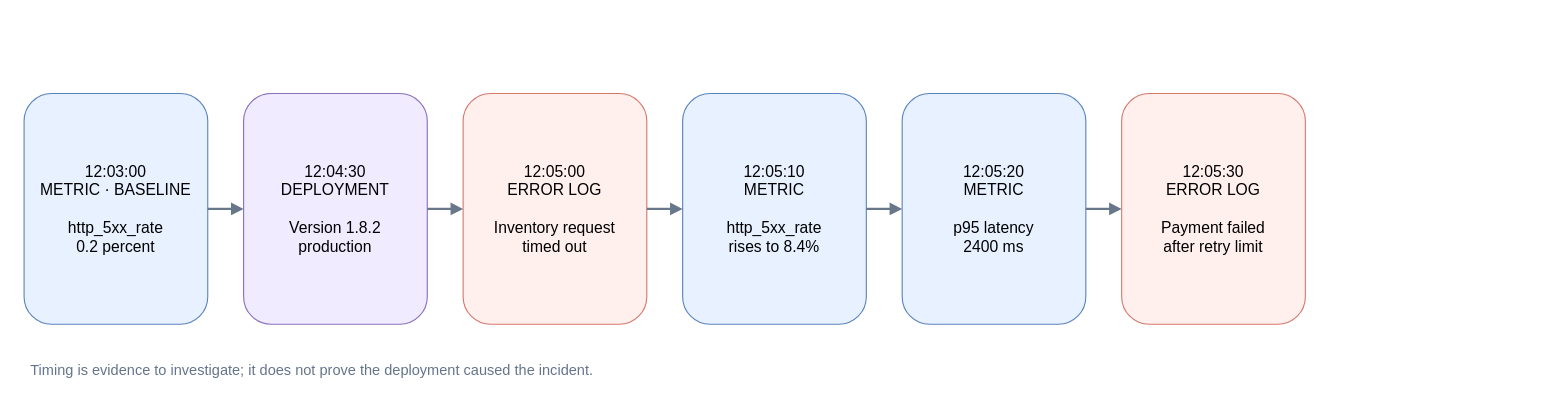
Above: docs/diagrams/incident-timeline.drawio in orihoff/ai-sre-copilot (draw.io), before the change. Source tidied: cells renumbered, new cells numbered last; positions are measured from the earlier drawing's top-left corner, leaving out a move shared by most shapes. Both pictures are drawn from the tidied source at 112%, with x=0, y=0 at pixel (24, 93).
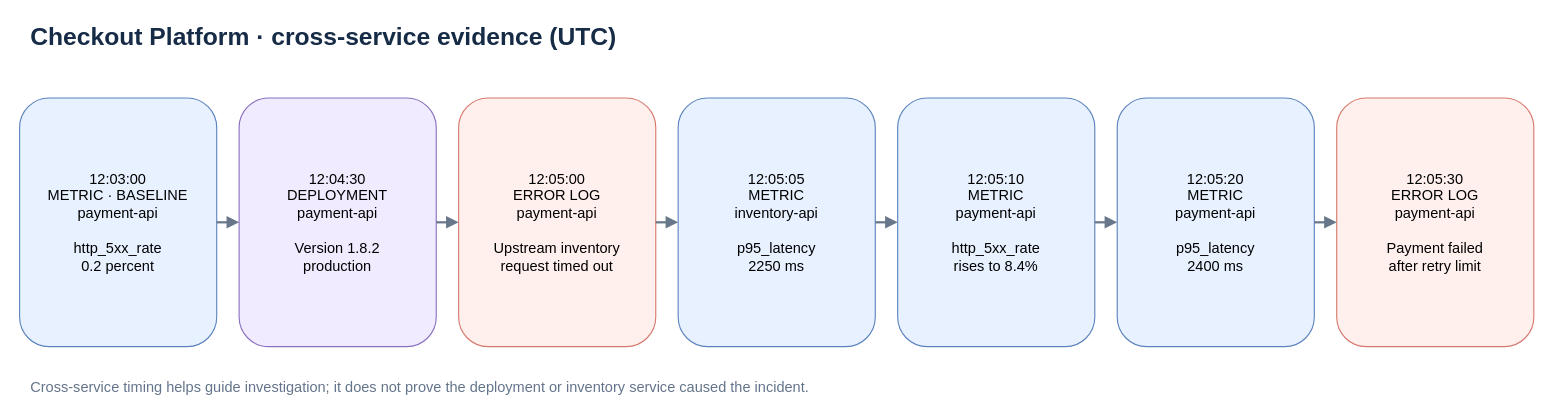
The same diagram, later.

Commit message (it also covers changes not shown here):
Support application-wide incident timelines

Diff of the diagram source:
```diff
@@
 <mxGraphModel>
   <root>
     <mxCell id="0" />
     <mxCell id="1" parent="0" />
+    <mxCell id="14" value="Checkout Platform · cross-service evidence (UTC)" style="text;html=1;align=left;verticalAlign=middle;whiteSpace=wrap;rounded=0;fontSize=22;fontStyle=1;fontColor=#162b46;" parent="1" vertex="1">
+      <mxGeometry x="4" y="-66" width="900" height="32" as="geometry" />
+    </mxCell>
-    <mxCell id="2" value="12:03:00&#10;METRIC · BASELINE&#10;&#10;http_5xx_rate&#10;0.2 percent" style="rounded=1;whiteSpace=wrap;html=1;fillColor=#e8f1ff;strokeColor=#5b83bd;fontSize=14;" parent="1" vertex="1">
-      <mxGeometry width="164" height="206" as="geometry" />
+    <mxCell id="2" value="12:03:00&#10;METRIC · BASELINE&#10;payment-api&#10;&#10;http_5xx_rate&#10;0.2 percent" style="rounded=1;whiteSpace=wrap;html=1;fillColor=#e8f1ff;strokeColor=#5b83bd;fontSize=13;" parent="1" vertex="1">
+      <mxGeometry x="-4" y="4" width="176" height="222" as="geometry" />
     </mxCell>
-    <mxCell id="3" value="12:04:30&#10;DEPLOYMENT&#10;&#10;Version 1.8.2&#10;production" style="rounded=1;whiteSpace=wrap;html=1;fillColor=#f0ebff;strokeColor=#8a70bf;fontSize=14;" parent="1" vertex="1">
-      <mxGeometry x="196" width="164" height="206" as="geometry" />
+    <mxCell id="3" value="12:04:30&#10;DEPLOYMENT&#10;payment-api&#10;&#10;Version 1.8.2&#10;production" style="rounded=1;whiteSpace=wrap;html=1;fillColor=#f0ebff;strokeColor=#8a70bf;fontSize=13;" parent="1" vertex="1">
+      <mxGeometry x="192" y="4" width="176" height="222" as="geometry" />
     </mxCell>
-    <mxCell id="4" value="12:05:00&#10;ERROR LOG&#10;&#10;Inventory request&#10;timed out" style="rounded=1;whiteSpace=wrap;html=1;fillColor=#fff0ee;strokeColor=#d6786d;fontSize=14;" parent="1" vertex="1">
-      <mxGeometry x="392" width="164" height="206" as="geometry" />
+    <mxCell id="4" value="12:05:00&#10;ERROR LOG&#10;payment-api&#10;&#10;Upstream inventory&#10;request timed out" style="rounded=1;whiteSpace=wrap;html=1;fillColor=#fff0ee;strokeColor=#d6786d;fontSize=13;" parent="1" vertex="1">
+      <mxGeometry x="388" y="4" width="176" height="222" as="geometry" />
     </mxCell>
+    <mxCell id="15" value="12:05:05&#10;METRIC&#10;inventory-api&#10;&#10;p95_latency&#10;2250 ms" style="rounded=1;whiteSpace=wrap;html=1;fillColor=#e8f1ff;strokeColor=#5b83bd;fontSize=13;" parent="1" vertex="1">
+      <mxGeometry x="584" y="4" width="176" height="222" as="geometry" />
+    </mxCell>
-    <mxCell id="5" value="12:05:10&#10;METRIC&#10;&#10;http_5xx_rate&#10;rises to 8.4%" style="rounded=1;whiteSpace=wrap;html=1;fillColor=#e8f1ff;strokeColor=#5b83bd;fontSize=14;" parent="1" vertex="1">
-      <mxGeometry x="588" width="164" height="206" as="geometry" />
+    <mxCell id="5" value="12:05:10&#10;METRIC&#10;payment-api&#10;&#10;http_5xx_rate&#10;rises to 8.4%" style="rounded=1;whiteSpace=wrap;html=1;fillColor=#e8f1ff;strokeColor=#5b83bd;fontSize=13;" parent="1" vertex="1">
+      <mxGeometry x="780" y="4" width="176" height="222" as="geometry" />
     </mxCell>
-    <mxCell id="6" value="12:05:20&#10;METRIC&#10;&#10;p95 latency&#10;2400 ms" style="rounded=1;whiteSpace=wrap;html=1;fillColor=#e8f1ff;strokeColor=#5b83bd;fontSize=14;" parent="1" vertex="1">
-      <mxGeometry x="784" width="164" height="206" as="geometry" />
-    </mxCell>
+    <mxCell id="16" value="12:05:20&#10;METRIC&#10;payment-api&#10;&#10;p95_latency&#10;2400 ms" style="rounded=1;whiteSpace=wrap;html=1;fillColor=#e8f1ff;strokeColor=#5b83bd;fontSize=13;" parent="1" vertex="1">
+      <mxGeometry x="976" y="4" width="176" height="222" as="geometry" />
+    </mxCell>
-    <mxCell id="7" value="12:05:30&#10;ERROR LOG&#10;&#10;Payment failed&#10;after retry limit" style="rounded=1;whiteSpace=wrap;html=1;fillColor=#fff0ee;strokeColor=#d6786d;fontSize=14;" parent="1" vertex="1">
-      <mxGeometry x="980" width="164" height="206" as="geometry" />
+    <mxCell id="7" value="12:05:30&#10;ERROR LOG&#10;payment-api&#10;&#10;Payment failed&#10;after retry limit" style="rounded=1;whiteSpace=wrap;html=1;fillColor=#fff0ee;strokeColor=#d6786d;fontSize=13;" parent="1" vertex="1">
+      <mxGeometry x="1172" y="4" width="176" height="222" as="geometry" />
     </mxCell>
+    <mxCell id="13" value="Cross-service timing helps guide investigation; it does not prove the deployment or inventory service caused the incident." style="text;html=1;align=left;verticalAlign=middle;whiteSpace=wrap;rounded=0;fontSize=13;fontColor=#64748b;" parent="1" vertex="1">
+      <mxGeometry x="4" y="250" width="1320" height="24" as="geometry" />
+    </mxCell>
     <mxCell id="8" style="edgeStyle=orthogonalEdgeStyle;rounded=0;html=1;strokeColor=#68778a;strokeWidth=2;endArrow=block;endFill=1;" parent="1" edge="1" source="2" target="3">
       <mxGeometry relative="1" as="geometry" />
     </mxCell>
     <mxCell id="9" style="edgeStyle=orthogonalEdgeStyle;rounded=0;html=1;strokeColor=#68778a;strokeWidth=2;endArrow=block;endFill=1;" parent="1" edge="1" source="3" target="4">
       <mxGeometry relative="1" as="geometry" />
     </mxCell>
-    <mxCell id="10" style="edgeStyle=orthogonalEdgeStyle;rounded=0;html=1;strokeColor=#68778a;strokeWidth=2;endArrow=block;endFill=1;" parent="1" edge="1" source="4" target="5">
+    <mxCell id="10" style="edgeStyle=orthogonalEdgeStyle;rounded=0;html=1;strokeColor=#68778a;strokeWidth=2;endArrow=block;endFill=1;" parent="1" edge="1" source="4" target="15">
       <mxGeometry relative="1" as="geometry" />
     </mxCell>
-    <mxCell id="11" style="edgeStyle=orthogonalEdgeStyle;rounded=0;html=1;strokeColor=#68778a;strokeWidth=2;endArrow=block;endFill=1;" parent="1" edge="1" source="5" target="6">
+    <mxCell id="11" style="edgeStyle=orthogonalEdgeStyle;rounded=0;html=1;strokeColor=#68778a;strokeWidth=2;endArrow=block;endFill=1;" parent="1" edge="1" source="15" target="5">
       <mxGeometry relative="1" as="geometry" />
     </mxCell>
-    <mxCell id="12" style="edgeStyle=orthogonalEdgeStyle;rounded=0;html=1;strokeColor=#68778a;strokeWidth=2;endArrow=block;endFill=1;" parent="1" edge="1" source="6" target="7">
+    <mxCell id="12" style="edgeStyle=orthogonalEdgeStyle;rounded=0;html=1;strokeColor=#68778a;strokeWidth=2;endArrow=block;endFill=1;" parent="1" edge="1" source="5" target="16">
       <mxGeometry relative="1" as="geometry" />
     </mxCell>
-    <mxCell id="13" value="Timing is evidence to investigate; it does not prove the deployment caused the incident." style="text;html=1;align=left;verticalAlign=middle;whiteSpace=wrap;rounded=0;fontSize=13;fontColor=#64748b;" parent="1" vertex="1">
-      <mxGeometry x="4" y="235" width="1100" height="24" as="geometry" />
-    </mxCell>
+    <mxCell id="17" style="edgeStyle=orthogonalEdgeStyle;rounded=0;html=1;strokeColor=#68778a;strokeWidth=2;endArrow=block;endFill=1;" parent="1" edge="1" source="16" target="7">
+      <mxGeometry relative="1" as="geometry" />
+    </mxCell>
   </root>
 </mxGraphModel>
```
